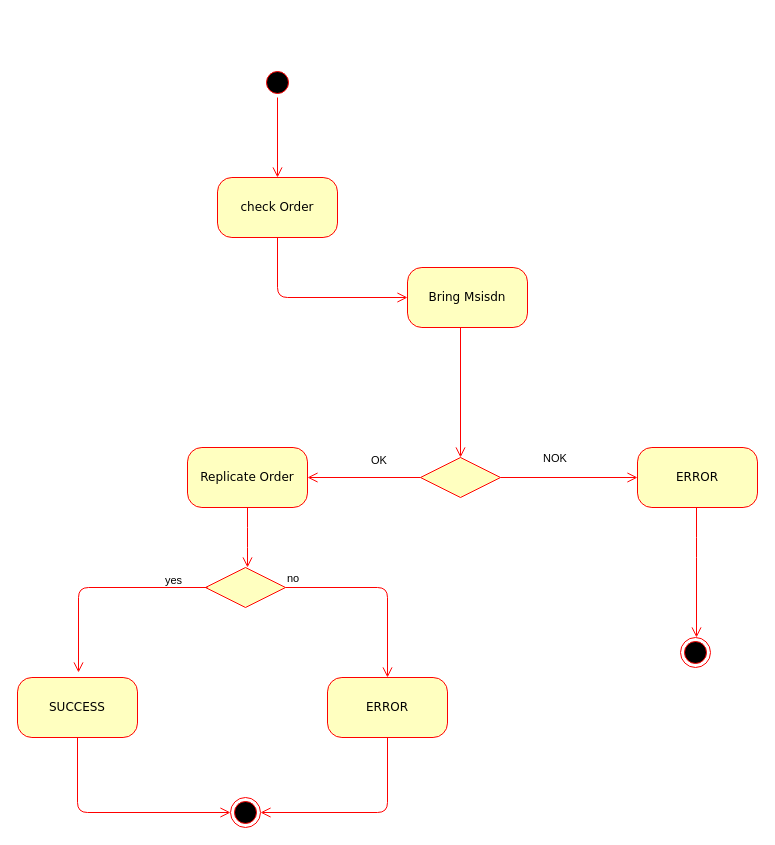
This is page "order-process" (3 of 4) of SeqDiagram-CX-VOO-CDC.drawio from MudBloodArchitekt/draw.io, a draw.io file, before an edit. Source tidied: cells renumbered, new cells numbered last; positions are measured from the earlier drawing's top-left corner, leaving out a move shared by most shapes. Both pictures are drawn from the tidied source at 100%, with x=0, y=0 at pixel (17, 67).
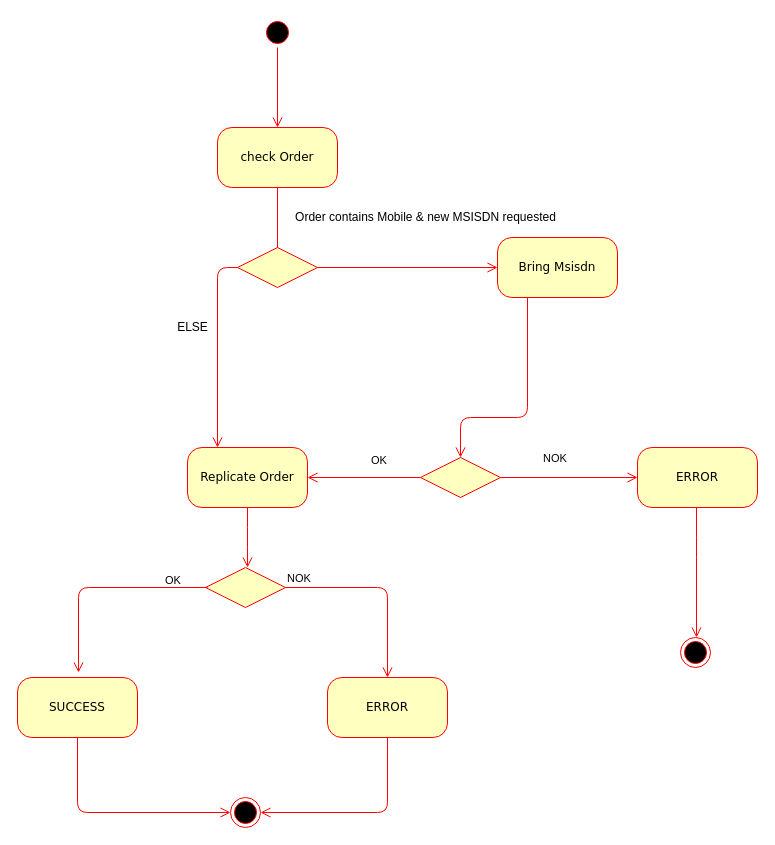
Above is the later version.

Unchanged cells that the change refers to:
```xml
<mxCell id="5" value="Replicate Order" style="rounded=1;whiteSpace=wrap;html=1;arcSize=24;fillColor=#ffffc0;strokeColor=#ff0000;shadow=0;comic=0;labelBackgroundColor=none;fontFamily=Verdana;fontSize=12;fontColor=#000000;align=center;" parent="1" vertex="1">
  <mxGeometry x="170" y="380" width="120" height="60" as="geometry" />
</mxCell>
<mxCell id="10" style="rhombus;whiteSpace=wrap;html=1;fillColor=#ffffc0;strokeColor=#ff0000;" parent="1" vertex="1">
  <mxGeometry x="403" y="390" width="80" height="40" as="geometry" />
</mxCell>
<mxCell id="16" value="ERROR" style="rounded=1;whiteSpace=wrap;html=1;arcSize=24;fillColor=#ffffc0;strokeColor=#ff0000;shadow=0;comic=0;labelBackgroundColor=none;fontFamily=Verdana;fontSize=12;fontColor=#000000;align=center;" parent="1" vertex="1">
  <mxGeometry x="310" y="610" width="120" height="60" as="geometry" />
</mxCell>
<mxCell id="17" style="rhombus;whiteSpace=wrap;html=1;fillColor=#ffffc0;strokeColor=#ff0000;" parent="1" vertex="1">
  <mxGeometry x="188" y="500" width="80" height="40" as="geometry" />
</mxCell>
```

The edit, as a diff of the source:
```diff
@@
     <mxCell id="2" style="ellipse;html=1;shape=startState;fillColor=#000000;strokeColor=#ff0000;rounded=1;shadow=0;comic=0;labelBackgroundColor=none;fontFamily=Verdana;fontSize=12;fontColor=#000000;align=center;direction=south;" parent="1" vertex="1">
-      <mxGeometry x="245" width="30" height="30" as="geometry" />
+      <mxGeometry x="245" y="-50" width="30" height="30" as="geometry" />
     </mxCell>
     <mxCell id="3" value="check Order" style="rounded=1;whiteSpace=wrap;html=1;arcSize=24;fillColor=#ffffc0;strokeColor=#ff0000;shadow=0;comic=0;labelBackgroundColor=none;fontFamily=Verdana;fontSize=12;fontColor=#000000;align=center;" parent="1" vertex="1">
-      <mxGeometry x="200" y="110" width="120" height="60" as="geometry" />
+      <mxGeometry x="200" y="60" width="120" height="60" as="geometry" />
     </mxCell>
     <mxCell id="4" value="Bring Msisdn" style="rounded=1;whiteSpace=wrap;html=1;arcSize=24;fillColor=#ffffc0;strokeColor=#ff0000;shadow=0;comic=0;labelBackgroundColor=none;fontFamily=Verdana;fontSize=12;fontColor=#000000;align=center;" parent="1" vertex="1">
-      <mxGeometry x="390" y="200" width="120" height="60" as="geometry" />
+      <mxGeometry x="480" y="170" width="120" height="60" as="geometry" />
     </mxCell>
@@
-    <mxCell id="8" style="edgeStyle=orthogonalEdgeStyle;html=1;labelBackgroundColor=none;endArrow=open;endSize=8;strokeColor=#ff0000;fontFamily=Verdana;fontSize=12;align=left;exitX=0.5;exitY=1;exitDx=0;exitDy=0;" parent="1" edge="1" source="3" target="4">
+    <mxCell id="8" style="edgeStyle=orthogonalEdgeStyle;html=1;labelBackgroundColor=none;endArrow=open;endSize=8;strokeColor=#ff0000;fontFamily=Verdana;fontSize=12;align=left;exitX=0.5;exitY=1;exitDx=0;exitDy=0;entryX=0.5;entryY=0;entryDx=0;entryDy=0;" parent="1" edge="1" source="3" target="24">
       <mxGeometry relative="1" as="geometry">
         <Array as="points">
-          <mxPoint x="260" y="230" />
+          <mxPoint x="260" y="210" />
         </Array>
       </mxGeometry>
     </mxCell>
@@
-    <mxCell id="14" style="edgeStyle=orthogonalEdgeStyle;html=1;labelBackgroundColor=none;endArrow=open;endSize=8;strokeColor=#ff0000;fontFamily=Verdana;fontSize=12;align=left;entryX=0.5;entryY=0;entryDx=0;entryDy=0;" parent="1" edge="1" target="10">
+    <mxCell id="14" style="edgeStyle=orthogonalEdgeStyle;html=1;labelBackgroundColor=none;endArrow=open;endSize=8;strokeColor=#ff0000;fontFamily=Verdana;fontSize=12;align=left;entryX=0.5;entryY=0;entryDx=0;entryDy=0;exitX=0.25;exitY=1;exitDx=0;exitDy=0;" parent="1" edge="1" source="4" target="10">
       <mxGeometry relative="1" as="geometry">
-        <mxPoint x="443" y="260" as="sourcePoint" />
         <Array as="points">
-          <mxPoint x="443" y="260" />
+          <mxPoint x="510" y="350" />
+          <mxPoint x="443" y="350" />
         </Array>
       </mxGeometry>
     </mxCell>
@@
-    <mxCell id="18" value="no" style="edgeStyle=orthogonalEdgeStyle;html=1;align=left;verticalAlign=bottom;endArrow=open;endSize=8;strokeColor=#ff0000;entryX=0.5;entryY=0;entryDx=0;entryDy=0;" parent="1" edge="1" source="17" target="16">
+    <mxCell id="18" value="NOK" style="edgeStyle=orthogonalEdgeStyle;html=1;align=left;verticalAlign=bottom;endArrow=open;endSize=8;strokeColor=#ff0000;entryX=0.5;entryY=0;entryDx=0;entryDy=0;" parent="1" edge="1" source="17" target="16">
       <mxGeometry x="-1" relative="1" as="geometry" />
     </mxCell>
-    <mxCell id="19" value="yes" style="edgeStyle=orthogonalEdgeStyle;html=1;align=left;verticalAlign=top;endArrow=open;endSize=8;strokeColor=#ff0000;entryX=0.35;entryY=-0.083;entryDx=0;entryDy=0;entryPerimeter=0;" parent="1" edge="1">
+    <mxCell id="19" value="OK" style="edgeStyle=orthogonalEdgeStyle;html=1;align=left;verticalAlign=top;endArrow=open;endSize=8;strokeColor=#ff0000;entryX=0.35;entryY=-0.083;entryDx=0;entryDy=0;entryPerimeter=0;" parent="1" edge="1">
       <mxGeometry x="-0.59" y="-20" relative="1" as="geometry">
         <mxPoint x="190" y="520" as="sourcePoint" />
         <mxPoint x="61" y="605" as="targetPoint" />
         <Array as="points">
           <mxPoint x="61" y="520" />
         </Array>
       </mxGeometry>
     </mxCell>
@@
+    <mxCell id="24" style="rhombus;whiteSpace=wrap;html=1;fillColor=#ffffc0;strokeColor=#ff0000;" parent="1" vertex="1">
+      <mxGeometry x="220" y="180" width="80" height="40" as="geometry" />
+    </mxCell>
+    <mxCell id="25" style="edgeStyle=orthogonalEdgeStyle;html=1;labelBackgroundColor=none;endArrow=open;endSize=8;strokeColor=#ff0000;fontFamily=Verdana;fontSize=12;align=left;entryX=0.25;entryY=0;entryDx=0;entryDy=0;exitX=0;exitY=0.5;exitDx=0;exitDy=0;" parent="1" edge="1" source="24" target="5">
+      <mxGeometry relative="1" as="geometry">
+        <Array as="points">
+          <mxPoint x="200" y="200" />
+        </Array>
+      </mxGeometry>
+    </mxCell>
+    <mxCell id="26" style="edgeStyle=orthogonalEdgeStyle;html=1;labelBackgroundColor=none;endArrow=open;endSize=8;strokeColor=#ff0000;fontFamily=Verdana;fontSize=12;align=left;exitX=1;exitY=0.5;exitDx=0;exitDy=0;entryX=0;entryY=0.5;entryDx=0;entryDy=0;" parent="1" edge="1" source="24" target="4">
+      <mxGeometry relative="1" as="geometry" />
+    </mxCell>
+    <mxCell id="27" value="Order contains Mobile &amp;amp; new MSISDN requested" style="text;html=1;align=center;verticalAlign=middle;" parent="1" vertex="1">
+      <mxGeometry x="268" y="140" width="280" height="20" as="geometry" />
+    </mxCell>
+    <mxCell id="28" value="ELSE" style="text;html=1;align=center;verticalAlign=middle;" parent="1" vertex="1">
+      <mxGeometry x="150" y="250" width="50" height="20" as="geometry" />
+    </mxCell>
```
